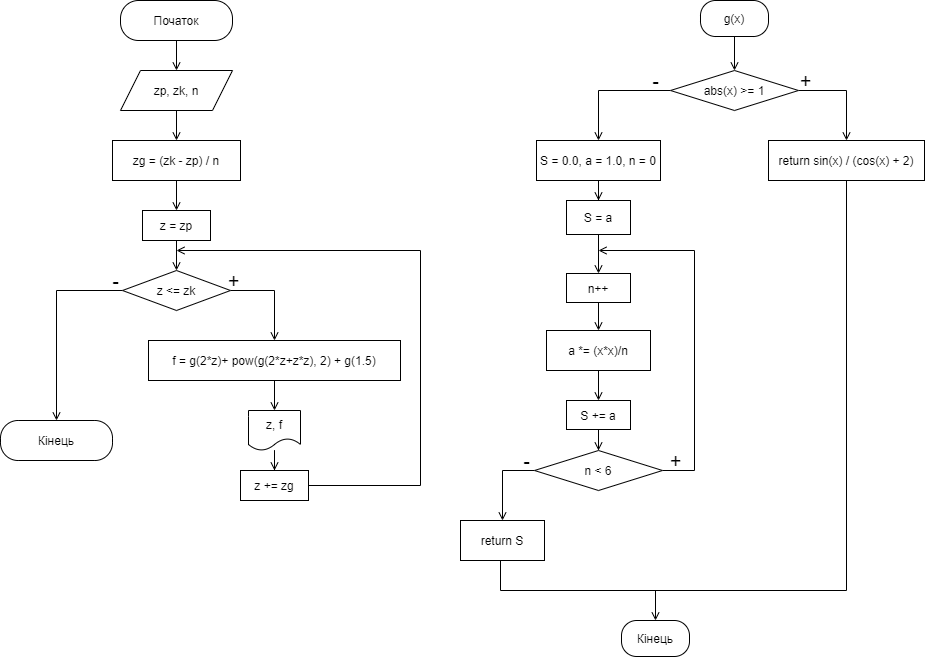
Above: diagram.png in fhctyw/Lab5.3 (draw.io), before the change. Source tidied: cells renumbered, new cells last; positions are measured from the earlier drawing's top-left corner, leaving out a move shared by most shapes.
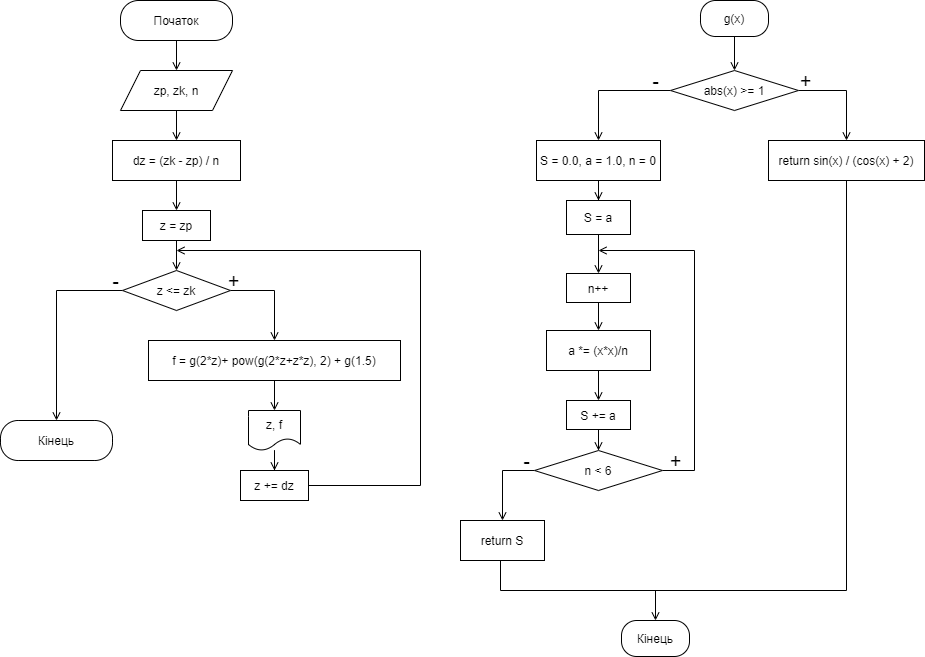
After the change.

Commit message:
remake diagrams

The edit, as a diff of the source:
```diff
@@ -17,7 +17,7 @@
     <mxCell id="6" style="edgeStyle=orthogonalEdgeStyle;rounded=0;jettySize=auto;html=1;entryX=0.5;entryY=0;entryDx=0;entryDy=0;endArrow=open;endFill=0;" parent="1" edge="1" source="7" target="9">
       <mxGeometry relative="1" as="geometry" />
     </mxCell>
-    <mxCell id="7" value="zg = (zk - zp) / n" style="rounded=0;whiteSpace=wrap;html=1;" parent="1" vertex="1">
+    <mxCell id="7" value="dz = (zk - zp) / n" style="rounded=0;whiteSpace=wrap;html=1;" parent="1" vertex="1">
       <mxGeometry x="112" y="140" width="128" height="40" as="geometry" />
     </mxCell>
     <mxCell id="8" style="edgeStyle=orthogonalEdgeStyle;rounded=0;jettySize=auto;html=1;entryX=0.5;entryY=0;entryDx=0;entryDy=0;endArrow=open;endFill=0;" parent="1" edge="1" source="9" target="12">
@@ -63,7 +63,7 @@
         </Array>
       </mxGeometry>
     </mxCell>
-    <mxCell id="19" value="z += zg" style="rounded=0;whiteSpace=wrap;html=1;" parent="1" vertex="1">
+    <mxCell id="19" value="z += dz" style="rounded=0;whiteSpace=wrap;html=1;" parent="1" vertex="1">
       <mxGeometry x="240" y="470" width="68" height="30" as="geometry" />
     </mxCell>
     <mxCell id="20" value="Кінець" style="rounded=1;whiteSpace=wrap;html=1;arcSize=44;" parent="1" vertex="1">
```
